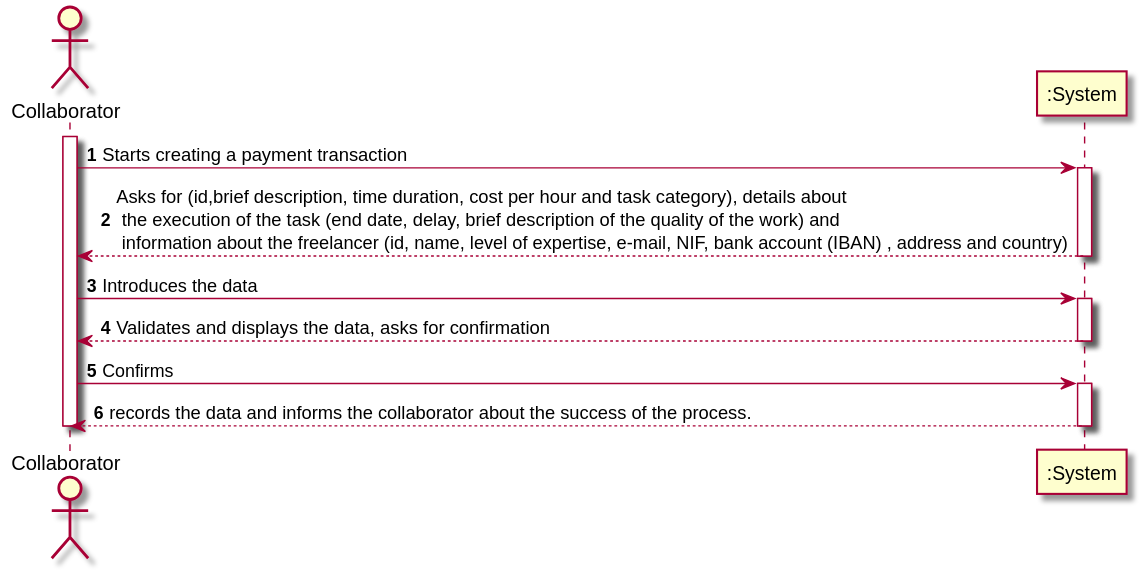
Earlier version of the PlantUML export LAPR2-2020-G010-Application/docs/usecases/UC4/UC4_SSD.svg (LourencoMelo/ISEP-LAPR2).
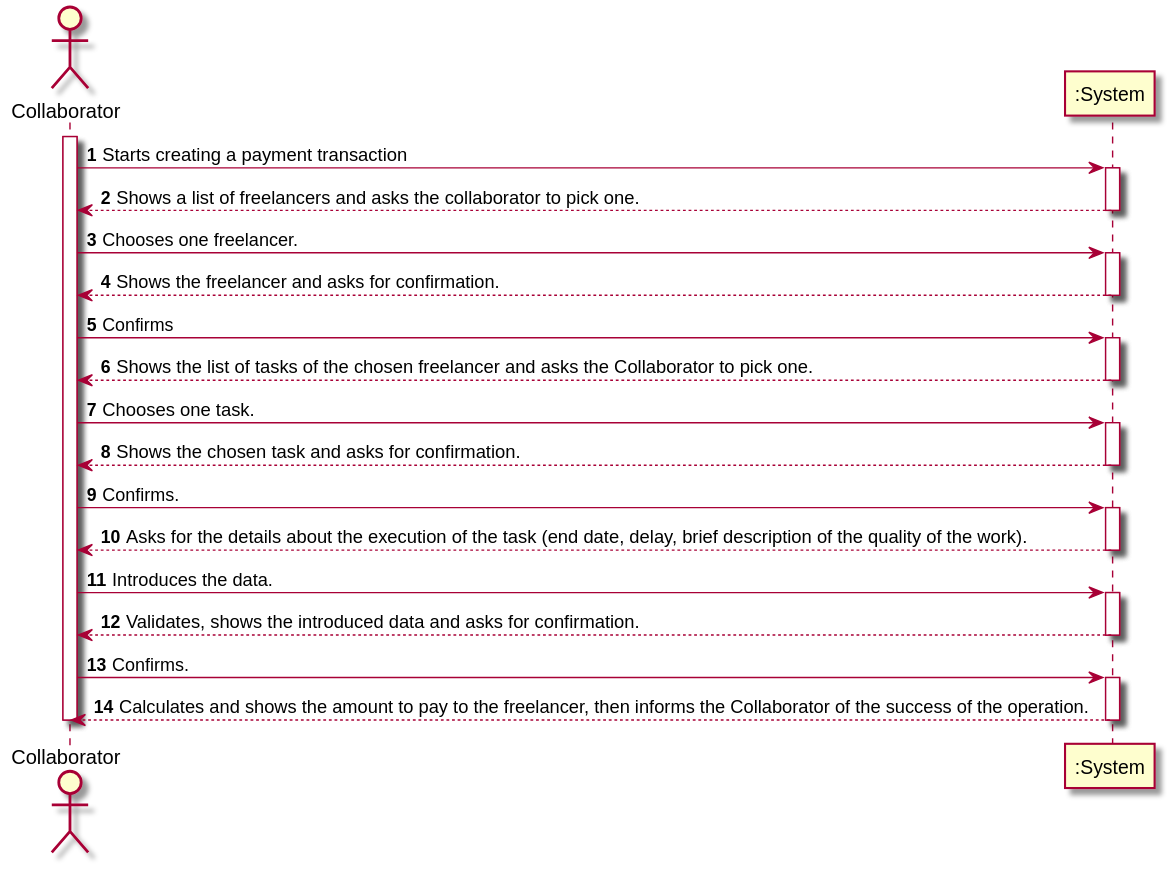
After the change.

Diff of the diagram source:
```diff
@@ -6,15 +6,31 @@
 activate COLAB
 COLAB -> SYS : Starts creating a payment transaction
 activate SYS
-SYS --> COLAB : Asks for (id,brief description, time duration, cost per hour and task category), details about \n the execution of the task (end date, delay, brief description of the quality of the work) and \n information about the freelancer (id, name, level of expertise, e-mail, NIF, bank account (IBAN) , address and country)
+SYS --> COLAB : Shows a list of freelancers and asks the collaborator to pick one.
 deactivate SYS
-COLAB -> SYS : Introduces the data
+COLAB -> SYS : Chooses one freelancer.
 activate SYS
-SYS --> COLAB : Validates and displays the data, asks for confirmation
+SYS --> COLAB : Shows the freelancer and asks for confirmation.
 deactivate SYS
 COLAB -> SYS : Confirms
 activate SYS
-SYS --> COLAB : records the data and informs the collaborator about the success of the process.
+SYS --> COLAB : Shows the list of tasks of the chosen freelancer and asks the Collaborator to pick one.
+deactivate SYS
+COLAB -> SYS : Chooses one task.
+activate SYS
+SYS --> COLAB : Shows the chosen task and asks for confirmation.
+deactivate SYS
+COLAB -> SYS : Confirms.
+activate SYS
+SYS --> COLAB : Asks for the details about the execution of the task (end date, delay, brief description of the quality of the work).
+deactivate SYS
+COLAB -> SYS : Introduces the data.
+activate SYS
+SYS --> COLAB : Validates, shows the introduced data and asks for confirmation.
+deactivate SYS
+COLAB -> SYS : Confirms.
+activate SYS
+SYS --> COLAB : Calculates and shows the amount to pay to the freelancer, then informs the Collaborator of the success of the operation.
 deactivate SYS
 deactivate COLAB
 
```
